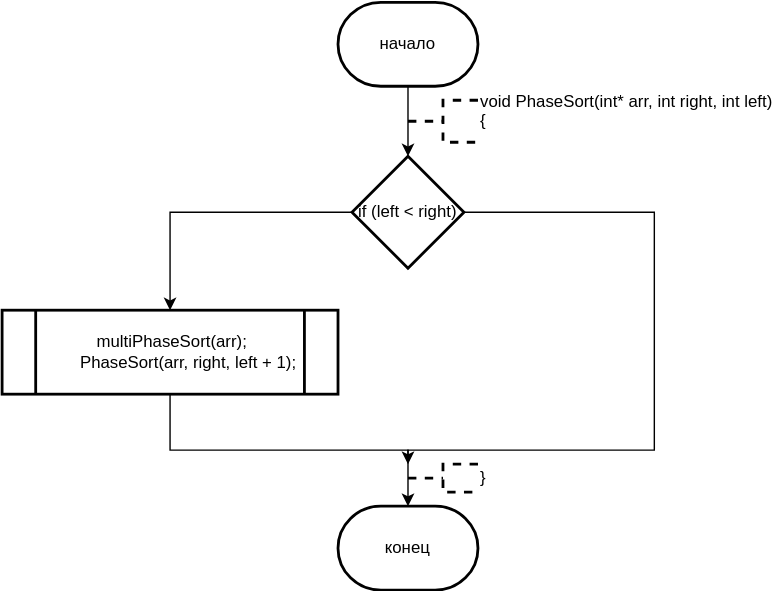
Earlier version of the draw.io export Sem_2/Labs/LAB_15/PhaseSort.drawio.svg (ksinph/PSTU_LABS_2023). Source tidied: cells renumbered, new cells last; positions are measured from the earlier drawing's top-left corner, leaving out a move shared by most shapes. Source of this version:
```xml
<mxGraphModel>
  <root>
    <mxCell id="0" />
    <mxCell id="1" parent="0" />
    <mxCell id="2" style="edgeStyle=orthogonalEdgeStyle;rounded=0;jettySize=auto;html=1;" parent="1" edge="1" source="3" target="6">
      <mxGeometry relative="1" as="geometry" />
    </mxCell>
    <mxCell id="3" value="начало" style="strokeWidth=2;html=1;shape=mxgraph.flowchart.terminator;whiteSpace=wrap;" parent="1" vertex="1">
      <mxGeometry x="240" width="100" height="60" as="geometry" />
    </mxCell>
    <mxCell id="4" style="edgeStyle=orthogonalEdgeStyle;rounded=0;jettySize=auto;html=1;" parent="1" edge="1" source="6" target="7">
      <mxGeometry relative="1" as="geometry" />
    </mxCell>
    <mxCell id="5" style="edgeStyle=orthogonalEdgeStyle;rounded=0;orthogonalLoop=1;jettySize=auto;html=1;exitX=1;exitY=0.5;exitDx=0;exitDy=0;" parent="1" edge="1">
      <mxGeometry relative="1" as="geometry">
        <mxPoint x="324" y="150" as="sourcePoint" />
        <mxPoint x="290" y="330" as="targetPoint" />
        <Array as="points">
          <mxPoint x="466" y="150" />
          <mxPoint x="466" y="320" />
          <mxPoint x="290" y="320" />
        </Array>
      </mxGeometry>
    </mxCell>
    <mxCell id="6" value="if (left &amp;lt; right)" style="rhombus;whiteSpace=wrap;html=1;strokeWidth=2;" parent="1" vertex="1">
      <mxGeometry x="250" y="110" width="80" height="80" as="geometry" />
    </mxCell>
    <mxCell id="7" value="&lt;div&gt;&amp;nbsp;multiPhaseSort(arr);&lt;/div&gt;&lt;div&gt;&amp;nbsp; &amp;nbsp; &amp;nbsp; &amp;nbsp; PhaseSort(arr, right, left + 1);&lt;/div&gt;" style="shape=process;whiteSpace=wrap;html=1;backgroundOutline=1;strokeWidth=2;" parent="1" vertex="1">
      <mxGeometry y="220" width="240" height="60" as="geometry" />
    </mxCell>
    <mxCell id="8" value="конец" style="strokeWidth=2;html=1;shape=mxgraph.flowchart.terminator;whiteSpace=wrap;" parent="1" vertex="1">
      <mxGeometry x="240" y="360" width="100" height="60" as="geometry" />
    </mxCell>
    <mxCell id="9" style="edgeStyle=orthogonalEdgeStyle;rounded=0;jettySize=auto;html=1;exitX=0.5;exitY=1;exitDx=0;exitDy=0;entryX=0.5;entryY=0;entryDx=0;entryDy=0;entryPerimeter=0;" parent="1" edge="1" source="7" target="8">
      <mxGeometry relative="1" as="geometry" />
    </mxCell>
    <mxCell id="10" value="}" style="strokeWidth=2;html=1;shape=mxgraph.flowchart.annotation_2;align=left;labelPosition=right;dashed=1;" parent="1" vertex="1">
      <mxGeometry x="290" y="330" width="50" height="20" as="geometry" />
    </mxCell>
    <mxCell id="11" value="&lt;div&gt;void PhaseSort(int* arr, int right, int left)&lt;/div&gt;&lt;div&gt;{&lt;/div&gt;&lt;div&gt;&amp;nbsp;&amp;nbsp;&lt;/div&gt;" style="strokeWidth=2;html=1;shape=mxgraph.flowchart.annotation_2;align=left;labelPosition=right;dashed=1;" parent="1" vertex="1">
      <mxGeometry x="290" y="70" width="50" height="30" as="geometry" />
    </mxCell>
  </root>
</mxGraphModel>
```
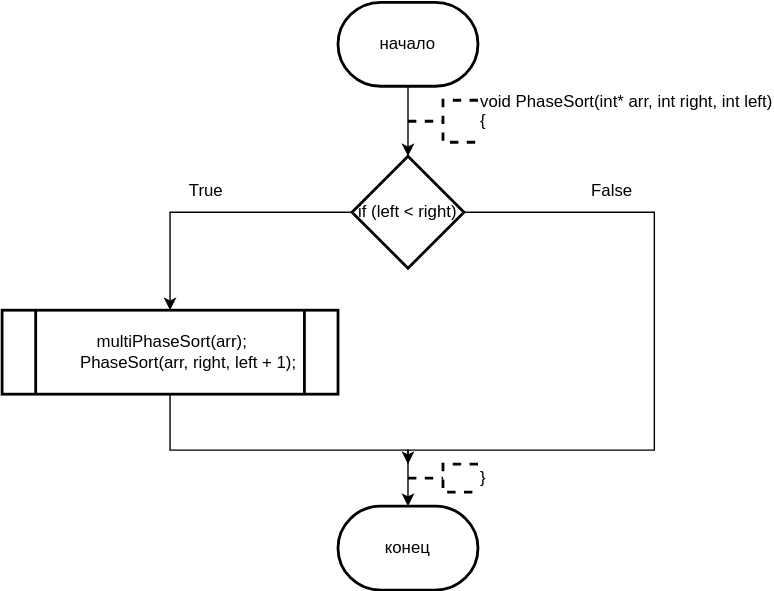
Later version of the same file.

The edit, as a diff of the source:
```diff
@@ -40,5 +40,11 @@
     <mxCell id="11" value="&lt;div&gt;void PhaseSort(int* arr, int right, int left)&lt;/div&gt;&lt;div&gt;{&lt;/div&gt;&lt;div&gt;&amp;nbsp;&amp;nbsp;&lt;/div&gt;" style="strokeWidth=2;html=1;shape=mxgraph.flowchart.annotation_2;align=left;labelPosition=right;dashed=1;" parent="1" vertex="1">
       <mxGeometry x="290" y="70" width="50" height="30" as="geometry" />
     </mxCell>
+    <mxCell id="12" value="True" style="text;html=1;align=center;verticalAlign=middle;whiteSpace=wrap;rounded=0;" parent="1" vertex="1">
+      <mxGeometry x="116" y="120" width="60" height="30" as="geometry" />
+    </mxCell>
+    <mxCell id="13" value="False" style="text;html=1;align=center;verticalAlign=middle;whiteSpace=wrap;rounded=0;" parent="1" vertex="1">
+      <mxGeometry x="406" y="120" width="60" height="30" as="geometry" />
+    </mxCell>
   </root>
 </mxGraphModel>
```
